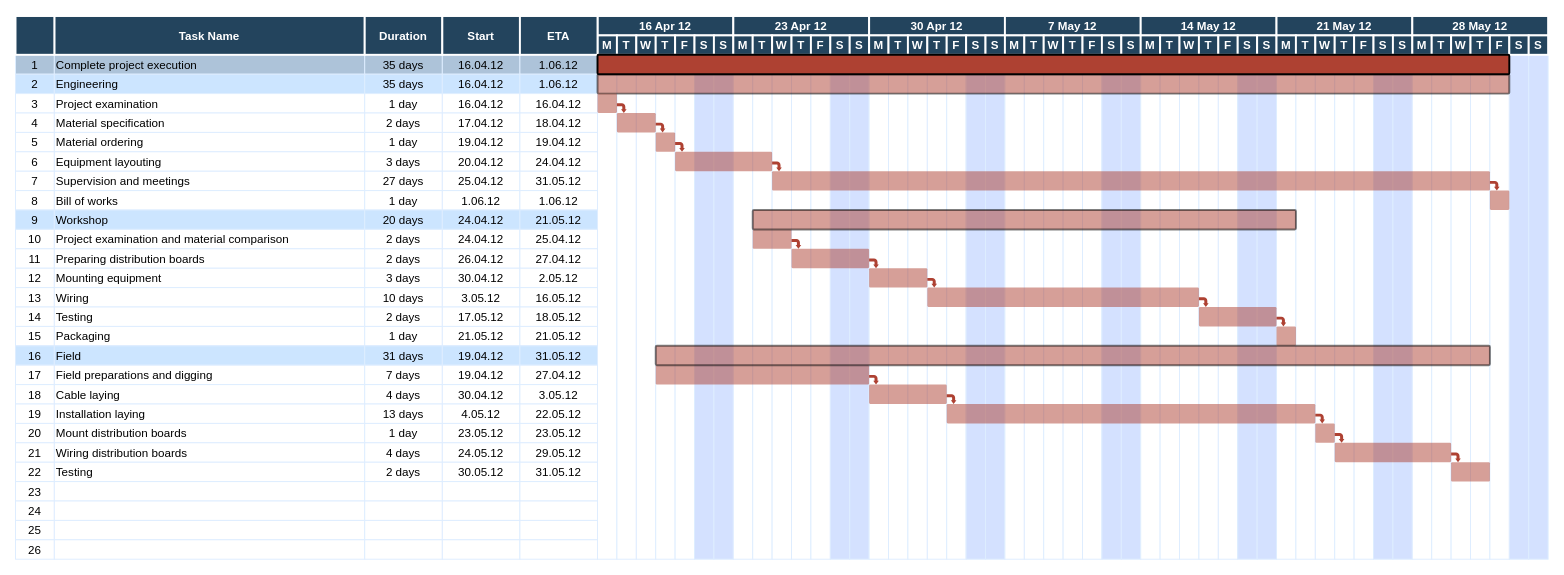
Earlier version of the draw.io diagram Diagramme sans nom.drawio (hanane653/Livrables_PFE). Source tidied: cells renumbered, new cells numbered last; positions are measured from the earlier drawing's top-left corner, leaving out a move shared by most shapes. Both pictures are drawn from the tidied source at 97%, with x=0, y=0 at pixel (15, 16).
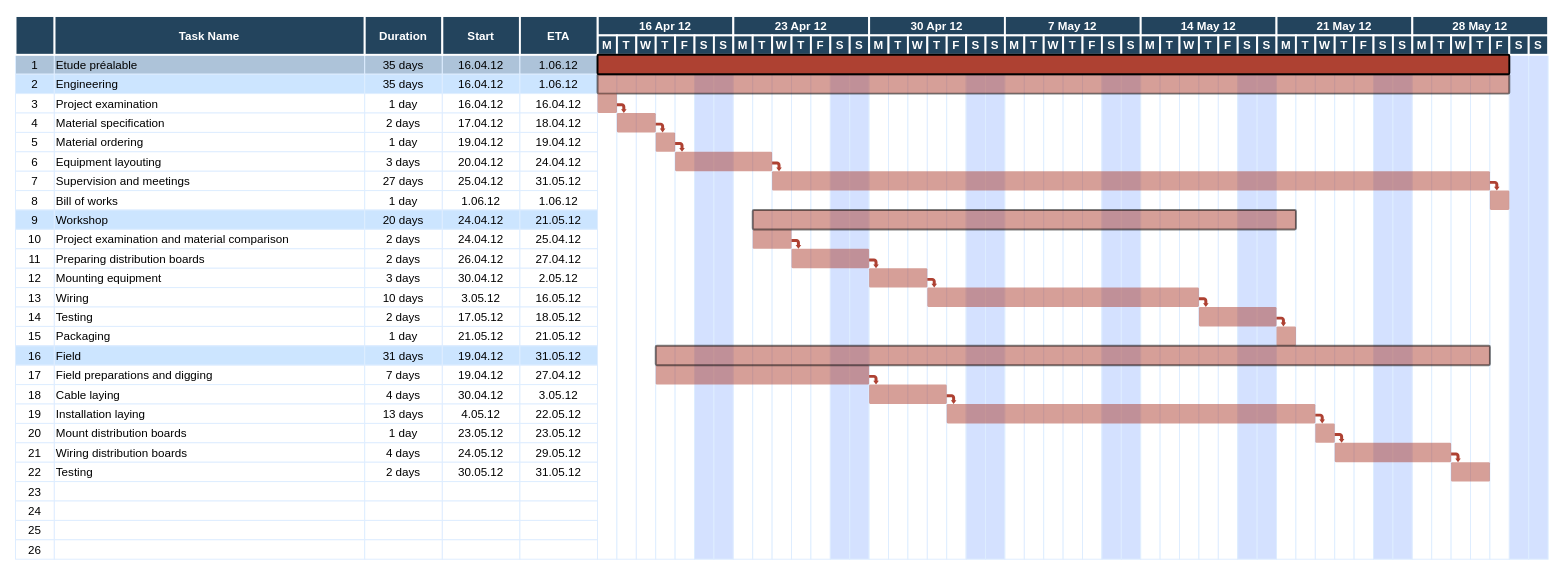
After the change.

Commit message:
Mettre à jour Diagramme sans nom.drawio

The edit, as a diff of the source:
```diff
@@
-    <mxCell id="3" value="Complete project execution" style="align=left;strokeColor=#DEEDFF;fillColor=#ADC3D9;" parent="1" vertex="1">
+    <mxCell id="3" value="Etude préalable " style="align=left;strokeColor=#DEEDFF;fillColor=#ADC3D9;" parent="1" vertex="1">
       <mxGeometry x="40.5" y="40" width="320" height="20" as="geometry" />
     </mxCell>
```
